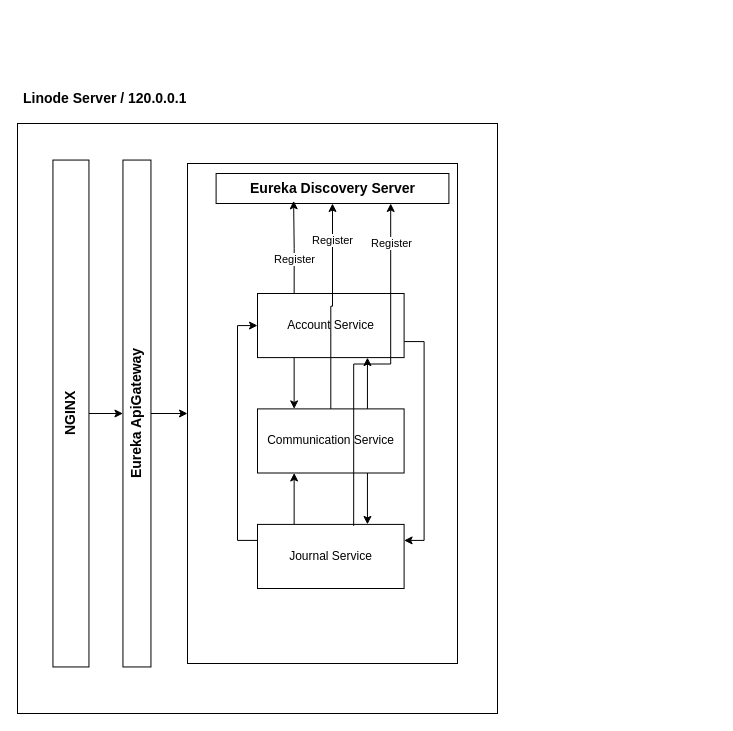
Earlier version of the draw.io diagram Curemap Architectures.drawio (Proautotype/curemap_architectures). Source tidied: cells renumbered, new cells numbered last; positions are measured from the earlier drawing's top-left corner, leaving out a move shared by most shapes. Both pictures are drawn from the tidied source at 100%, with x=0, y=0 at pixel (-183, 83).
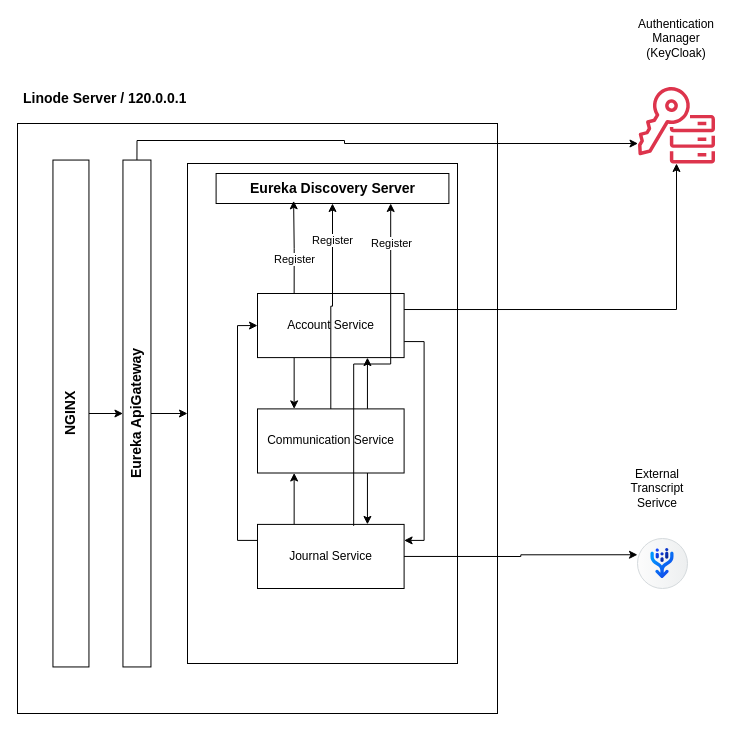
The same diagram, later.

Unchanged cells that the change refers to:
```xml
<mxCell id="8" value="Account Service" style="html=1;whiteSpace=wrap;" parent="5" vertex="1">
  <mxGeometry width="146.6" height="64.1" as="geometry" />
</mxCell>
<mxCell id="14" value="Journal Service" style="html=1;whiteSpace=wrap;" parent="5" vertex="1">
  <mxGeometry y="230.9" width="146.6" height="64.1" as="geometry" />
</mxCell>
<mxCell id="26" value="&lt;b&gt;&lt;font style=&quot;font-size: 14px;&quot;&gt;Eureka ApiGateway&lt;/font&gt;&lt;/b&gt;" style="html=1;dashed=0;whiteSpace=wrap;rotation=-90;" parent="1" vertex="1">
  <mxGeometry x="66" y="316" width="506.9" height="28" as="geometry" />
</mxCell>
```

The edit, as a diff of the source:
```diff
@@
+    <mxCell id="27" style="edgeStyle=orthogonalEdgeStyle;rounded=0;jettySize=auto;html=1;exitX=1;exitY=0.5;exitDx=0;exitDy=0;" parent="1" edge="1" source="26" target="28">
+      <mxGeometry relative="1" as="geometry">
+        <Array as="points">
+          <mxPoint x="319" y="57" />
+          <mxPoint x="527" y="57" />
+          <mxPoint x="527" y="60" />
+        </Array>
+      </mxGeometry>
+    </mxCell>
@@
+    <mxCell id="28" style="sketch=0;outlineConnect=0;fontColor=#232F3E;gradientColor=none;fillColor=#DD344C;strokeColor=none;dashed=0;verticalLabelPosition=bottom;verticalAlign=top;align=center;html=1;fontSize=12;fontStyle=0;shape=mxgraph.aws4.key_management_service_external_key_store;" parent="1" vertex="1">
+      <mxGeometry x="820" y="2" width="78" height="78" as="geometry" />
+    </mxCell>
+    <mxCell id="29" style="edgeStyle=orthogonalEdgeStyle;rounded=0;jettySize=auto;html=1;exitX=1;exitY=0.25;exitDx=0;exitDy=0;" parent="1" edge="1" source="8" target="28">
+      <mxGeometry relative="1" as="geometry" />
+    </mxCell>
+    <mxCell id="30" value="Authentication Manager (KeyCloak)" style="text;html=1;whiteSpace=wrap;strokeColor=none;fillColor=none;align=center;verticalAlign=middle;rounded=0;" parent="1" vertex="1">
+      <mxGeometry x="829" y="-60" width="60" height="30" as="geometry" />
+    </mxCell>
+    <mxCell id="31" style="shape=mxgraph.sap.icon;labelPosition=center;verticalLabelPosition=bottom;align=center;verticalAlign=top;strokeWidth=1;strokeColor=#D5DADD;fillColor=#EDEFF0;gradientColor=#FCFCFC;gradientDirection=west;SAPIcon=Document_Information_Extraction;" parent="1" vertex="1">
+      <mxGeometry x="820" y="455" width="50" height="50" as="geometry" />
+    </mxCell>
+    <mxCell id="32" style="edgeStyle=orthogonalEdgeStyle;rounded=0;jettySize=auto;html=1;exitX=1;exitY=0.5;exitDx=0;exitDy=0;entryX=0;entryY=0.325;entryDx=0;entryDy=0;entryPerimeter=0;" parent="1" edge="1" source="14" target="31">
+      <mxGeometry relative="1" as="geometry" />
+    </mxCell>
+    <mxCell id="33" value="External Transcript Serivce" style="text;html=1;whiteSpace=wrap;strokeColor=none;fillColor=none;align=center;verticalAlign=middle;rounded=0;" parent="1" vertex="1">
+      <mxGeometry x="810" y="390" width="60" height="30" as="geometry" />
+    </mxCell>
```
